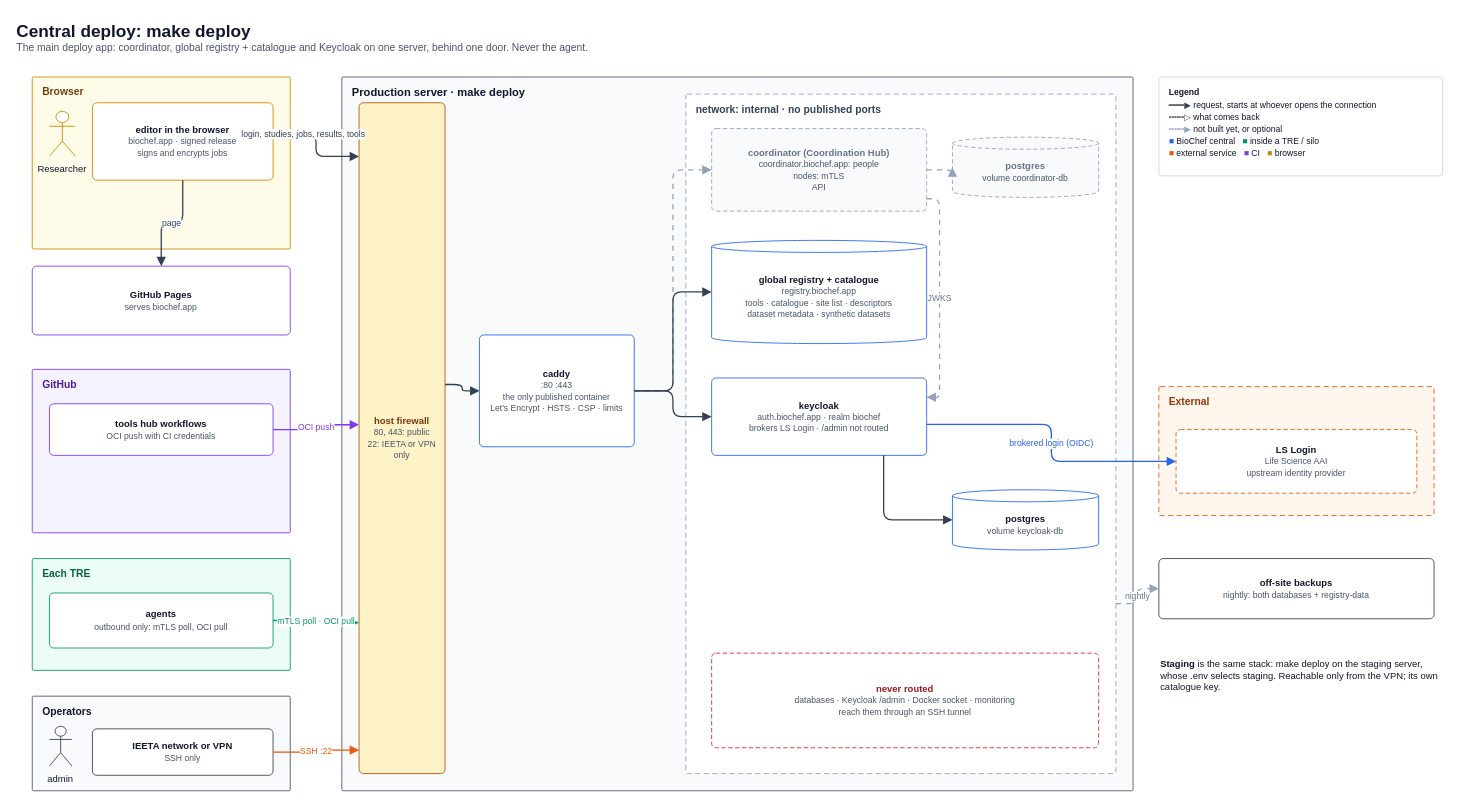
This is docs/diagrams/03-central-deploy.drawio from ieeta-pt/biochef-infra, a draw.io file, before an edit. Source tidied: cells renumbered, new cells numbered last; positions are measured from the earlier drawing's top-left corner, leaving out a move shared by most shapes. Both pictures are drawn from the tidied source at 86%, with x=0, y=0 at pixel (15, 15).
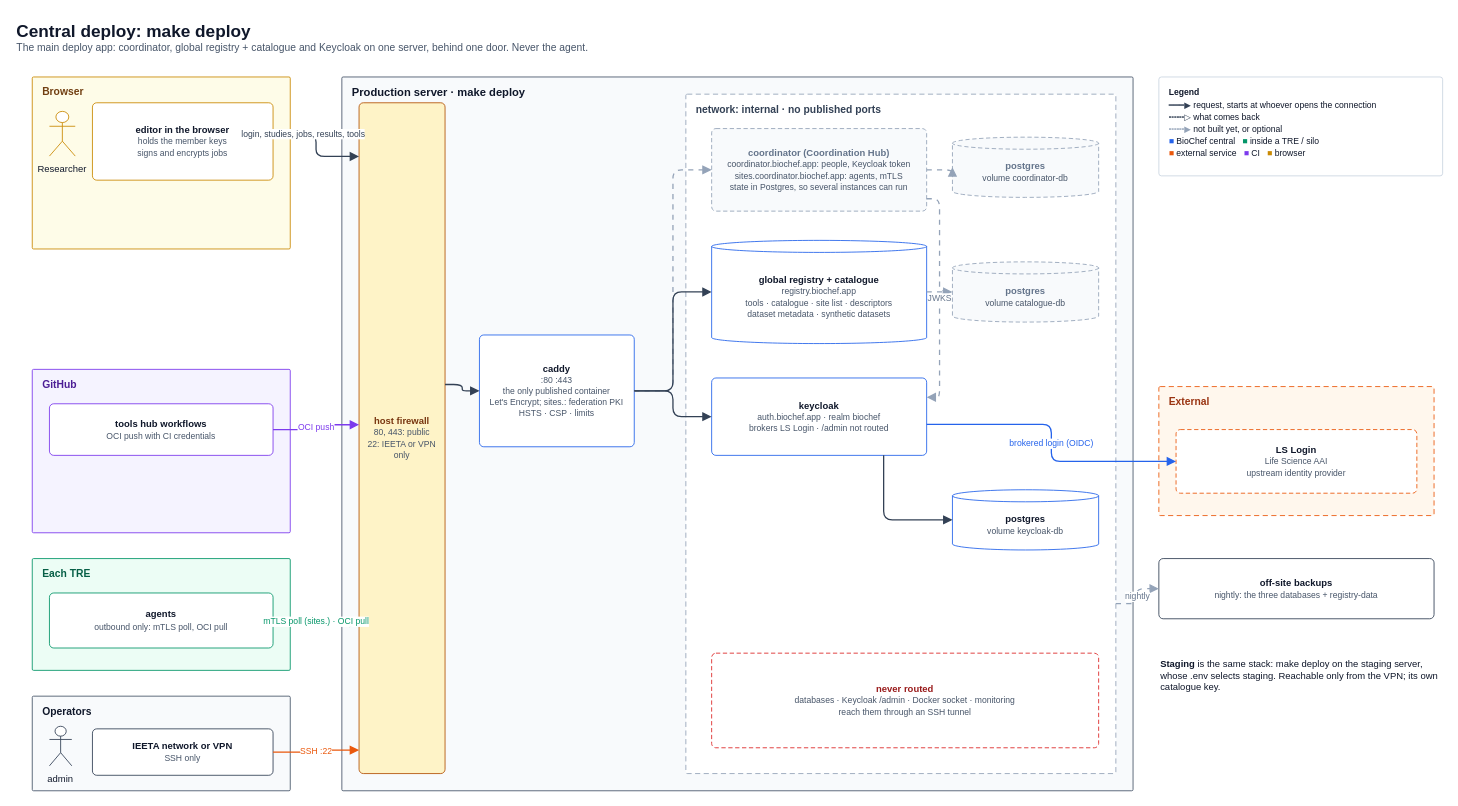
The same page after the edit.

The change refers to these unchanged cells:
```xml
<mxCell id="3" value="Browser" style="rounded=1;arcSize=3;absoluteArcSize=1;html=1;whiteSpace=wrap;verticalAlign=top;align=left;spacingLeft=10;spacingTop=4;fontSize=12;fontStyle=1;fillColor=#fefce8;strokeColor=#ca8a04;fontColor=#713f12;" parent="1" vertex="1">
  <mxGeometry x="20" y="72" width="300" height="200" as="geometry" />
</mxCell>
<mxCell id="10" value="&lt;b&gt;agents&lt;/b&gt;&lt;br&gt;&lt;font style=&quot;font-size:10px&quot; color=&quot;#475569&quot;&gt;outbound only: mTLS poll, OCI pull&lt;/font&gt;" style="html=1;whiteSpace=wrap;fontSize=11;fillColor=#ffffff;strokeColor=#059669;fontColor=#0f172a;align=center;verticalAlign=middle;spacing=4;rounded=1;arcSize=10;absoluteArcSize=1;" parent="9" vertex="1">
  <mxGeometry x="20" y="40" width="260" height="64" as="geometry" />
</mxCell>
<mxCell id="14" value="Production server · make deploy" style="rounded=1;arcSize=3;absoluteArcSize=1;html=1;whiteSpace=wrap;verticalAlign=top;align=left;spacingLeft=10;spacingTop=4;fontSize=13;fontStyle=1;fillColor=#f8fafc;strokeColor=#475569;fontColor=#0f172a;" parent="1" vertex="1">
  <mxGeometry x="380" y="72" width="920" height="830" as="geometry" />
</mxCell>
<mxCell id="15" value="&lt;b&gt;host firewall&lt;/b&gt;&lt;br&gt;&lt;font style=&quot;font-size:10px&quot; color=&quot;#475569&quot;&gt;80, 443: public&lt;/font&gt;&lt;br&gt;&lt;font style=&quot;font-size:10px&quot; color=&quot;#475569&quot;&gt;22: IEETA or VPN only&lt;/font&gt;" style="html=1;whiteSpace=wrap;fontSize=11;fillColor=#fef3c7;strokeColor=#b45309;fontColor=#78350f;align=center;verticalAlign=middle;spacing=4;rounded=1;arcSize=10;absoluteArcSize=1;" parent="14" vertex="1">
  <mxGeometry x="20" y="30" width="100" height="780" as="geometry" />
</mxCell>
<mxCell id="17" value="network: internal · no published ports" style="rounded=1;arcSize=3;absoluteArcSize=1;html=1;whiteSpace=wrap;verticalAlign=top;align=left;spacingLeft=10;spacingTop=4;fontSize=12;fontStyle=1;fillColor=#ffffff;strokeColor=#94a3b8;fontColor=#334155;dashed=1;dashPattern=6 4;" parent="14" vertex="1">
  <mxGeometry x="400" y="20" width="500" height="790" as="geometry" />
</mxCell>
<mxCell id="20" value="&lt;b&gt;global registry + catalogue&lt;/b&gt;&lt;br&gt;&lt;font style=&quot;font-size:10px&quot; color=&quot;#475569&quot;&gt;registry.biochef.app&lt;/font&gt;&lt;br&gt;&lt;font style=&quot;font-size:10px&quot; color=&quot;#475569&quot;&gt;tools · catalogue · site list · descriptors&lt;/font&gt;&lt;br&gt;&lt;font style=&quot;font-size:10px&quot; color=&quot;#475569&quot;&gt;dataset metadata · synthetic datasets&lt;/font&gt;" style="html=1;whiteSpace=wrap;fontSize=11;fillColor=#ffffff;strokeColor=#2563eb;fontColor=#0f172a;align=center;verticalAlign=middle;spacing=4;shape=cylinder3;boundedLbl=1;backgroundOutline=1;size=7;" parent="17" vertex="1">
  <mxGeometry x="30" y="170" width="250" height="120" as="geometry" />
</mxCell>
```

Diff of the diagram source:
```diff
@@
-    <mxCell id="5" value="&lt;b&gt;editor in the browser&lt;/b&gt;&lt;br&gt;&lt;font style=&quot;font-size:10px&quot; color=&quot;#475569&quot;&gt;biochef.app · signed release&lt;/font&gt;&lt;br&gt;&lt;font style=&quot;font-size:10px&quot; color=&quot;#475569&quot;&gt;signs and encrypts jobs&lt;/font&gt;" style="html=1;whiteSpace=wrap;fontSize=11;fillColor=#ffffff;strokeColor=#ca8a04;fontColor=#0f172a;align=center;verticalAlign=middle;spacing=4;rounded=1;arcSize=10;absoluteArcSize=1;" parent="3" vertex="1">
+    <mxCell id="5" value="&lt;b&gt;editor in the browser&lt;/b&gt;&lt;br&gt;&lt;font style=&quot;font-size:10px&quot; color=&quot;#475569&quot;&gt;holds the member keys&lt;/font&gt;&lt;br&gt;&lt;font style=&quot;font-size:10px&quot; color=&quot;#475569&quot;&gt;signs and encrypts jobs&lt;/font&gt;" style="html=1;whiteSpace=wrap;fontSize=11;fillColor=#ffffff;strokeColor=#ca8a04;fontColor=#0f172a;align=center;verticalAlign=middle;spacing=4;rounded=1;arcSize=10;absoluteArcSize=1;" parent="3" vertex="1">
       <mxGeometry x="70" y="30" width="210" height="90" as="geometry" />
     </mxCell>
-    <mxCell id="6" value="&lt;b&gt;GitHub Pages&lt;/b&gt;&lt;br&gt;&lt;font style=&quot;font-size:10px&quot; color=&quot;#475569&quot;&gt;serves biochef.app&lt;/font&gt;" style="html=1;whiteSpace=wrap;fontSize=11;fillColor=#ffffff;strokeColor=#7c3aed;fontColor=#0f172a;align=center;verticalAlign=middle;spacing=4;rounded=1;arcSize=10;absoluteArcSize=1;" parent="1" vertex="1">
-      <mxGeometry x="20" y="292" width="300" height="80" as="geometry" />
-    </mxCell>
@@
-    <mxCell id="16" value="&lt;b&gt;caddy&lt;/b&gt;&lt;br&gt;&lt;font style=&quot;font-size:10px&quot; color=&quot;#475569&quot;&gt;:80 :443&lt;/font&gt;&lt;br&gt;&lt;font style=&quot;font-size:10px&quot; color=&quot;#475569&quot;&gt;the only published container&lt;/font&gt;&lt;br&gt;&lt;font style=&quot;font-size:10px&quot; color=&quot;#475569&quot;&gt;Let's Encrypt · HSTS · CSP · limits&lt;/font&gt;" style="html=1;whiteSpace=wrap;fontSize=11;fillColor=#ffffff;strokeColor=#2563eb;fontColor=#0f172a;align=center;verticalAlign=middle;spacing=4;rounded=1;arcSize=10;absoluteArcSize=1;" parent="14" vertex="1">
+    <mxCell id="16" value="&lt;b&gt;caddy&lt;/b&gt;&lt;br&gt;&lt;font style=&quot;font-size:10px&quot; color=&quot;#475569&quot;&gt;:80 :443&lt;/font&gt;&lt;br&gt;&lt;font style=&quot;font-size:10px&quot; color=&quot;#475569&quot;&gt;the only published container&lt;/font&gt;&lt;br&gt;&lt;font style=&quot;font-size:10px&quot; color=&quot;#475569&quot;&gt;Let's Encrypt; sites.: federation PKI&lt;/font&gt;&lt;br&gt;&lt;font style=&quot;font-size:10px&quot; color=&quot;#475569&quot;&gt;HSTS · CSP · limits&lt;/font&gt;" style="html=1;whiteSpace=wrap;fontSize=11;fillColor=#ffffff;strokeColor=#2563eb;fontColor=#0f172a;align=center;verticalAlign=middle;spacing=4;rounded=1;arcSize=10;absoluteArcSize=1;" parent="14" vertex="1">
       <mxGeometry x="160" y="300" width="180" height="130" as="geometry" />
     </mxCell>
@@
-    <mxCell id="18" value="&lt;b&gt;coordinator (Coordination Hub)&lt;/b&gt;&lt;br&gt;&lt;font style=&quot;font-size:10px&quot; color=&quot;#475569&quot;&gt;coordinator.biochef.app: people&lt;/font&gt;&lt;br&gt;&lt;font style=&quot;font-size:10px&quot; color=&quot;#475569&quot;&gt;nodes: mTLS&lt;/font&gt;&lt;br&gt;&lt;font style=&quot;font-size:10px&quot; color=&quot;#475569&quot;&gt;API&lt;/font&gt;" style="html=1;whiteSpace=wrap;fontSize=11;fillColor=#f8fafc;strokeColor=#94a3b8;fontColor=#64748b;align=center;verticalAlign=middle;spacing=4;dashed=1;dashPattern=5 3;rounded=1;arcSize=10;absoluteArcSize=1;" parent="17" vertex="1">
+    <mxCell id="18" value="&lt;b&gt;coordinator (Coordination Hub)&lt;/b&gt;&lt;br&gt;&lt;font style=&quot;font-size:10px&quot; color=&quot;#475569&quot;&gt;coordinator.biochef.app: people, Keycloak token&lt;/font&gt;&lt;br&gt;&lt;font style=&quot;font-size:10px&quot; color=&quot;#475569&quot;&gt;sites.coordinator.biochef.app: agents, mTLS&lt;/font&gt;&lt;br&gt;&lt;font style=&quot;font-size:10px&quot; color=&quot;#475569&quot;&gt;state in Postgres, so several instances can run&lt;/font&gt;" style="html=1;whiteSpace=wrap;fontSize=11;fillColor=#f8fafc;strokeColor=#94a3b8;fontColor=#64748b;align=center;verticalAlign=middle;spacing=4;dashed=1;dashPattern=5 3;rounded=1;arcSize=10;absoluteArcSize=1;" parent="17" vertex="1">
       <mxGeometry x="30" y="40" width="250" height="96" as="geometry" />
     </mxCell>
@@
+    <mxCell id="43" value="&lt;b&gt;postgres&lt;/b&gt;&lt;br&gt;&lt;font style=&quot;font-size:10px&quot; color=&quot;#475569&quot;&gt;volume catalogue-db&lt;/font&gt;" style="html=1;whiteSpace=wrap;fontSize=11;fillColor=#f8fafc;strokeColor=#94a3b8;fontColor=#64748b;align=center;verticalAlign=middle;spacing=4;dashed=1;dashPattern=5 3;shape=cylinder3;boundedLbl=1;backgroundOutline=1;size=7;" parent="17" vertex="1">
+      <mxGeometry x="310" y="195" width="170" height="70" as="geometry" />
+    </mxCell>
@@
-    <mxCell id="26" value="&lt;b&gt;off-site backups&lt;/b&gt;&lt;br&gt;&lt;font style=&quot;font-size:10px&quot; color=&quot;#475569&quot;&gt;nightly: both databases + registry-data&lt;/font&gt;" style="html=1;whiteSpace=wrap;fontSize=11;fillColor=#ffffff;strokeColor=#334155;fontColor=#0f172a;align=center;verticalAlign=middle;spacing=4;rounded=1;arcSize=10;absoluteArcSize=1;" parent="1" vertex="1">
+    <mxCell id="26" value="&lt;b&gt;off-site backups&lt;/b&gt;&lt;br&gt;&lt;font style=&quot;font-size:10px&quot; color=&quot;#475569&quot;&gt;nightly: the three databases + registry-data&lt;/font&gt;" style="html=1;whiteSpace=wrap;fontSize=11;fillColor=#ffffff;strokeColor=#334155;fontColor=#0f172a;align=center;verticalAlign=middle;spacing=4;rounded=1;arcSize=10;absoluteArcSize=1;" parent="1" vertex="1">
       <mxGeometry x="1330" y="632" width="320" height="70" as="geometry" />
     </mxCell>
@@
-    <mxCell id="29" value="page" style="html=1;rounded=1;fontSize=10;labelBackgroundColor=#ffffff;strokeWidth=1.5;endSize=7;jumpStyle=arc;jumpSize=8;edgeStyle=orthogonalEdgeStyle;jettySize=auto;endArrow=block;endFill=1;strokeColor=#334155;fontColor=#334155;exitX=0.5;exitY=1;exitDx=0;exitDy=0;entryX=0.5;entryY=0;entryDx=0;entryDy=0;" parent="1" edge="1" source="5" target="6">
-      <mxGeometry relative="1" as="geometry" />
-    </mxCell>
@@
-    <mxCell id="32" value="mTLS poll · OCI pull" style="html=1;rounded=1;fontSize=10;labelBackgroundColor=#ffffff;strokeWidth=1.5;endSize=7;jumpStyle=arc;jumpSize=8;edgeStyle=orthogonalEdgeStyle;jettySize=auto;endArrow=block;endFill=1;strokeColor=#059669;fontColor=#059669;exitX=1;exitY=0.5;exitDx=0;exitDy=0;entryX=0;entryY=0.775;entryDx=0;entryDy=0;" parent="1" edge="1" source="10" target="15">
+    <mxCell id="32" value="mTLS poll (sites.) · OCI pull" style="html=1;rounded=1;fontSize=10;labelBackgroundColor=#ffffff;strokeWidth=1.5;endSize=7;jumpStyle=arc;jumpSize=8;edgeStyle=orthogonalEdgeStyle;jettySize=auto;endArrow=block;endFill=1;strokeColor=#059669;fontColor=#059669;exitX=1;exitY=0.5;exitDx=0;exitDy=0;entryX=0;entryY=0.775;entryDx=0;entryDy=0;" parent="1" edge="1" source="10" target="15">
       <mxGeometry relative="1" as="geometry" />
     </mxCell>
@@
+    <mxCell id="44" style="html=1;rounded=1;fontSize=10;labelBackgroundColor=#ffffff;strokeWidth=1.5;endSize=7;jumpStyle=arc;jumpSize=8;edgeStyle=orthogonalEdgeStyle;jettySize=auto;endArrow=block;endFill=1;dashed=1;dashPattern=4 4;strokeColor=#94a3b8;fontColor=#64748b;exitX=1;exitY=0.5;exitDx=0;exitDy=0;entryX=0;entryY=0.5;entryDx=0;entryDy=0;" parent="1" edge="1" source="20" target="43">
+      <mxGeometry relative="1" as="geometry" />
+    </mxCell>
```
